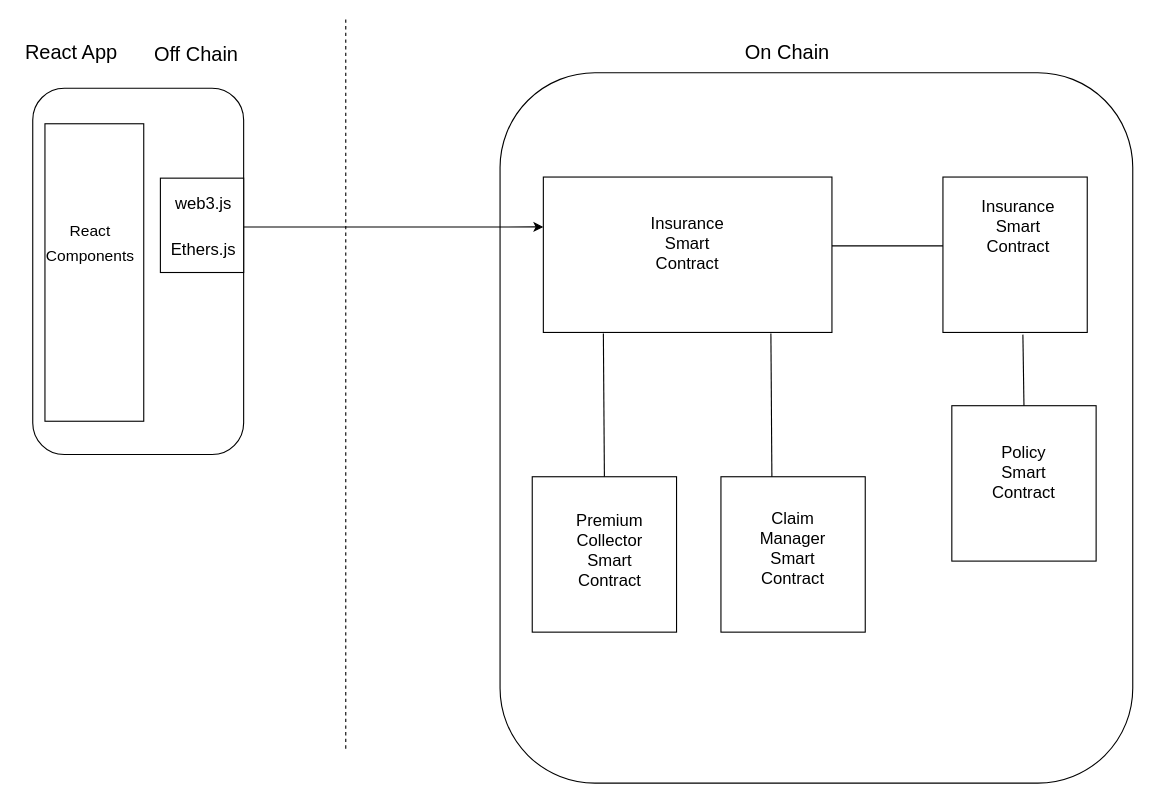
This is system-design.drawio from rabukakeher/eth-insurance-app, a draw.io file, before an edit. Source tidied: cells renumbered, new cells numbered last; positions are measured from the earlier drawing's top-left corner, leaving out a move shared by most shapes. Both pictures are drawn from the tidied source at 111%, with x=0, y=0 at pixel (19, 19).
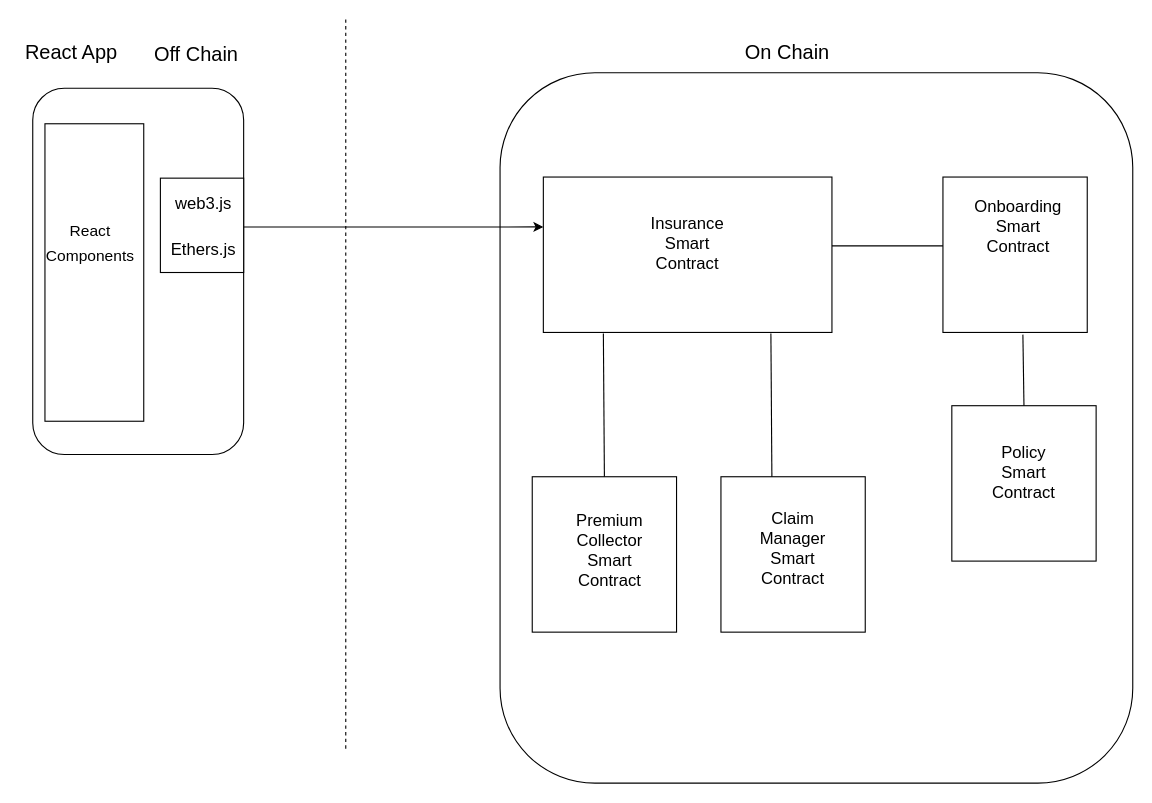
After the change.

Commit message:
updated system design file

Diff of the diagram source:
```diff
@@
-    <mxCell id="20" value="Insurance Smart Contract" style="text;html=1;strokeColor=none;fillColor=none;align=center;verticalAlign=middle;whiteSpace=wrap;rounded=0;fontSize=15;" parent="1" vertex="1">
+    <mxCell id="20" value="Onboarding Smart Contract" style="text;html=1;strokeColor=none;fillColor=none;align=center;verticalAlign=middle;whiteSpace=wrap;rounded=0;fontSize=15;" parent="1" vertex="1">
       <mxGeometry x="870" y="148" width="60" height="75" as="geometry" />
     </mxCell>
```
